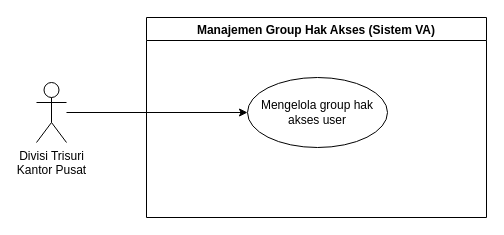
Before: page "Manajemen Group Hak Akses" (12 of 14) of actor-or-user-role.drawio in aribrilliantsyah/fsd_va_bpd_diy, a draw.io diagram. Source tidied: cells renumbered, new cells numbered last; positions are measured from the earlier drawing's top-left corner, leaving out a move shared by most shapes. Both pictures are drawn from the tidied source at 100%, with x=0, y=0 at pixel (36, 17).
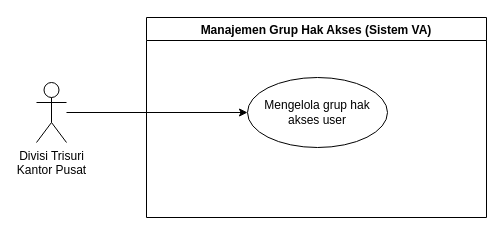
Above is the later version.

Diff of the diagram source:
```diff
@@
 <mxGraphModel>
   <root>
     <mxCell id="0" />
     <mxCell id="1" parent="0" />
     <mxCell id="2" style="rounded=0;jettySize=auto;html=1;entryX=0;entryY=0.5;entryDx=0;entryDy=0;" parent="1" edge="1" source="3" target="5">
       <mxGeometry relative="1" as="geometry" />
     </mxCell>
     <mxCell id="3" value="Divisi Trisuri &lt;br&gt;Kantor Pusat" style="shape=umlActor;verticalLabelPosition=bottom;verticalAlign=top;html=1;outlineConnect=0;" parent="1" vertex="1">
       <mxGeometry y="65" width="30" height="60" as="geometry" />
     </mxCell>
-    <mxCell id="4" value="Manajemen Group Hak Akses (Sistem VA)" style="swimlane;startSize=23;" parent="1" vertex="1">
+    <mxCell id="4" value="Manajemen Grup Hak Akses (Sistem VA)" style="swimlane;startSize=23;" parent="1" vertex="1">
       <mxGeometry x="110" width="340" height="200" as="geometry" />
     </mxCell>
-    <mxCell id="5" value="Mengelola group hak akses user" style="ellipse;whiteSpace=wrap;html=1;" parent="4" vertex="1">
+    <mxCell id="5" value="Mengelola grup hak akses user" style="ellipse;whiteSpace=wrap;html=1;" parent="4" vertex="1">
       <mxGeometry x="101" y="60" width="140" height="70" as="geometry" />
     </mxCell>
   </root>
 </mxGraphModel>
```
